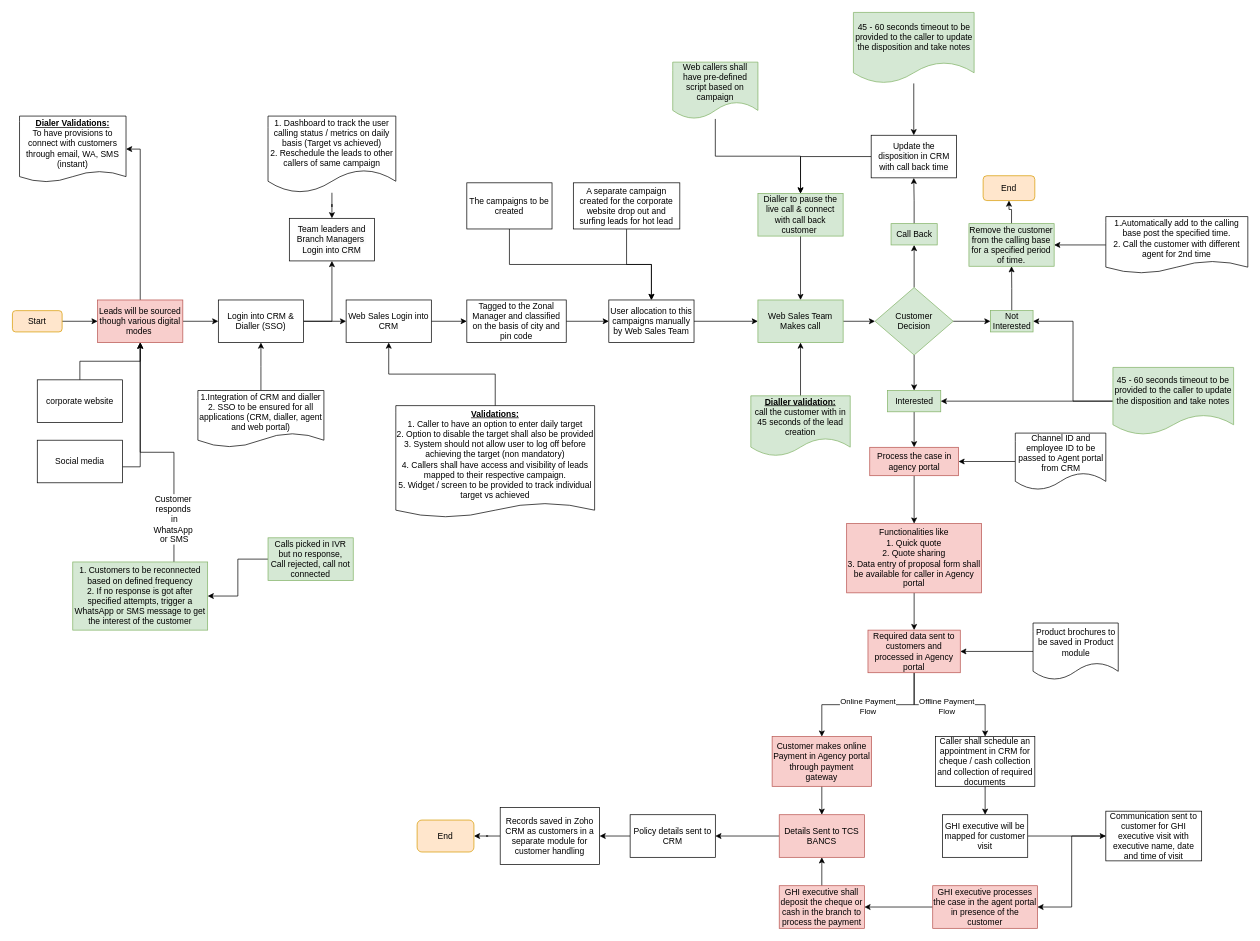
The draw.io diagram WebSales.drawio in shaileshsreedar/Galaxy, before the edit. Source tidied: cells renumbered, new cells numbered last; positions are measured from the earlier drawing's top-left corner, leaving out a move shared by most shapes. Both pictures are drawn from the tidied source at 71%, with x=0, y=0 at pixel (12, 12).
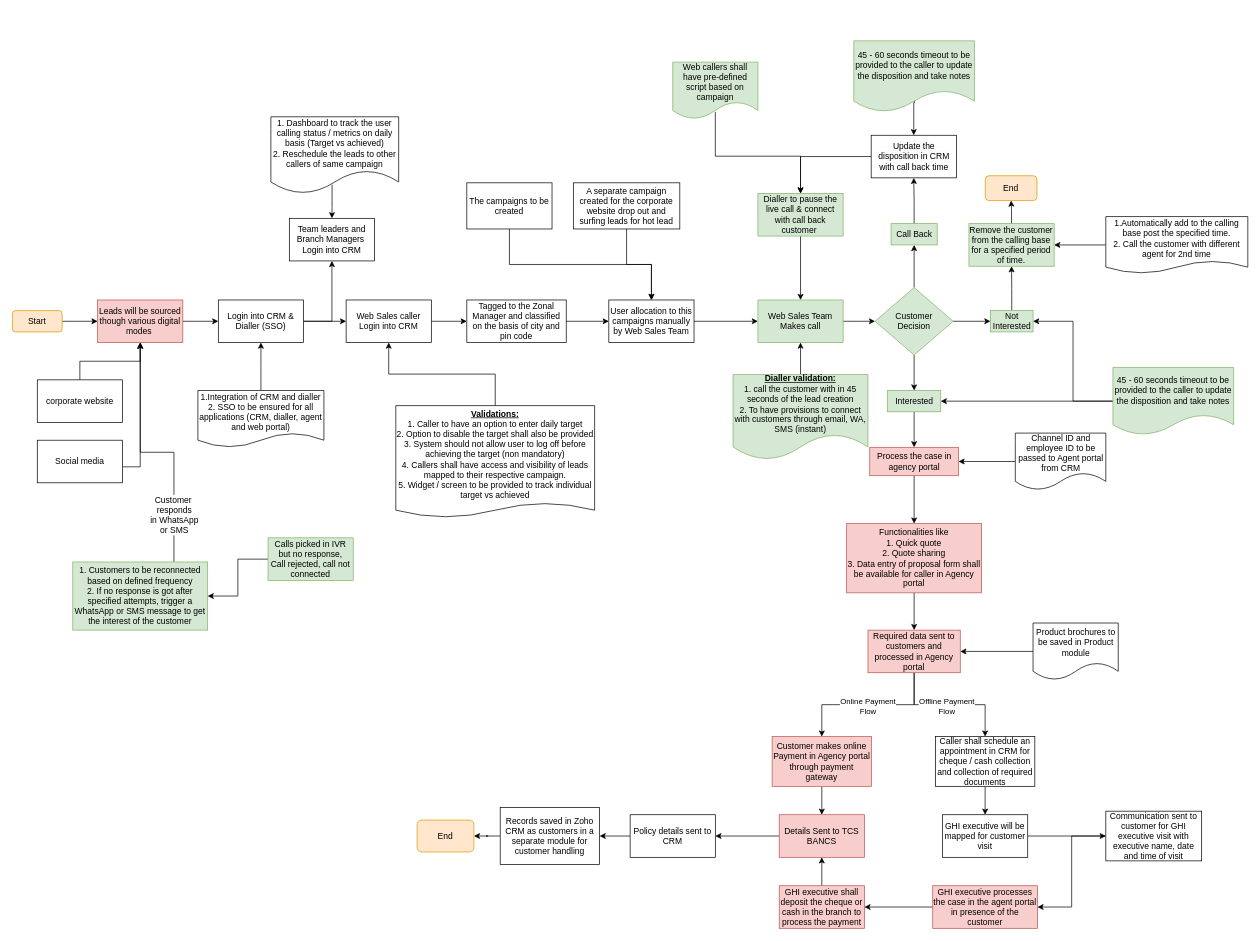
The same page after the edit.

The change refers to these unchanged cells:
```xml
<mxCell id="4" value="Leads will be sourced though various digital modes&amp;nbsp;" style="rounded=0;whiteSpace=wrap;html=1;fillColor=#f8cecc;strokeColor=#b85450;" parent="1" vertex="1">
  <mxGeometry x="120" y="405" width="120" height="60" as="geometry" />
</mxCell>
<mxCell id="75" value="&lt;span style=&quot;color: rgb(0, 0, 0); font-family: Helvetica; font-size: 12px; font-style: normal; font-variant-ligatures: normal; font-variant-caps: normal; font-weight: 400; letter-spacing: normal; orphans: 2; text-align: center; text-indent: 0px; text-transform: none; widows: 2; word-spacing: 0px; -webkit-text-stroke-width: 0px; white-space: normal; background-color: rgb(251, 251, 251); text-decoration-thickness: initial; text-decoration-style: initial; text-decoration-color: initial; display: inline !important; float: none;&quot;&gt;Update the disposition in CRM with call back time&lt;/span&gt;" style="rounded=0;whiteSpace=wrap;html=1;" parent="1" vertex="1">
  <mxGeometry x="1209.5" y="173" width="120" height="60" as="geometry" />
</mxCell>
<mxCell id="79" value="Dialler to pause the live call &amp;amp; connect with call back customer&amp;nbsp;" style="rounded=0;whiteSpace=wrap;html=1;fillColor=#d5e8d4;strokeColor=#82b366;" parent="1" vertex="1">
  <mxGeometry x="1050" y="255" width="120" height="60" as="geometry" />
</mxCell>
<mxCell id="84" value="&lt;span style=&quot;color: rgb(0, 0, 0); font-family: Helvetica; font-size: 12px; font-style: normal; font-variant-ligatures: normal; font-variant-caps: normal; font-weight: 400; letter-spacing: normal; orphans: 2; text-align: center; text-indent: 0px; text-transform: none; widows: 2; word-spacing: 0px; -webkit-text-stroke-width: 0px; white-space: normal; background-color: rgb(251, 251, 251); text-decoration-thickness: initial; text-decoration-style: initial; text-decoration-color: initial; display: inline !important; float: none;&quot;&gt;Team leaders and Branch Managers&amp;nbsp; Login into CRM&lt;/span&gt;" style="rounded=0;whiteSpace=wrap;html=1;" parent="1" vertex="1">
  <mxGeometry x="390" y="290" width="120" height="60" as="geometry" />
</mxCell>
<mxCell id="92" value="Web callers shall have pre-defined script based on campaign" style="shape=document;whiteSpace=wrap;html=1;boundedLbl=1;fillColor=#d5e8d4;strokeColor=#82b366;" parent="1" vertex="1">
  <mxGeometry x="930" y="70" width="120" height="80" as="geometry" />
</mxCell>
<mxCell id="95" style="edgeStyle=orthogonalEdgeStyle;rounded=0;jettySize=auto;html=1;exitX=0.75;exitY=0;exitDx=0;exitDy=0;entryX=0.5;entryY=1;entryDx=0;entryDy=0;" parent="1" edge="1" source="97" target="4">
  <mxGeometry relative="1" as="geometry" />
</mxCell>
```

What changed in the source:
```diff
@@
-    <mxCell id="3" style="edgeStyle=orthogonalEdgeStyle;rounded=0;jettySize=auto;html=1;exitX=0.5;exitY=0;exitDx=0;exitDy=0;entryX=1;entryY=0.5;entryDx=0;entryDy=0;" parent="1" edge="1" source="4" target="90">
-      <mxGeometry relative="1" as="geometry" />
-    </mxCell>
@@
-    <mxCell id="34" value="&lt;u&gt;&lt;b&gt;Dialler validation:&lt;/b&gt;&lt;/u&gt;&lt;div&gt;call the customer with in 45 seconds of the lead creation&lt;/div&gt;" style="shape=document;whiteSpace=wrap;html=1;boundedLbl=1;fillColor=#d5e8d4;strokeColor=#82b366;" parent="1" vertex="1">
-      <mxGeometry x="1040" y="540" width="140" height="85" as="geometry" />
+    <mxCell id="34" value="&lt;u&gt;&lt;b&gt;Dialler validation:&lt;/b&gt;&lt;/u&gt;&lt;div&gt;1. call the customer with in 45 seconds of the lead creation&lt;/div&gt;&lt;div&gt;&lt;div&gt;2. To have provisions to connect with customers through email, WA, SMS (instant)&lt;/div&gt;&lt;/div&gt;" style="shape=document;whiteSpace=wrap;html=1;boundedLbl=1;fillColor=#d5e8d4;strokeColor=#82b366;" parent="1" vertex="1">
+      <mxGeometry x="1015" y="510" width="190" height="120" as="geometry" />
     </mxCell>
@@
     <mxCell id="72" value="End" style="rounded=1;whiteSpace=wrap;html=1;fillColor=#ffe6cc;strokeColor=#d79b00;" parent="1" vertex="1">
-      <mxGeometry x="1367.2" y="230" width="72.8" height="35" as="geometry" />
+      <mxGeometry x="1370.2" y="230" width="72.8" height="35" as="geometry" />
     </mxCell>
@@
-    <mxCell id="76" style="edgeStyle=orthogonalEdgeStyle;rounded=0;jettySize=auto;html=1;" parent="1" edge="1" source="77" target="75">
-      <mxGeometry relative="1" as="geometry" />
+    <mxCell id="76" style="edgeStyle=orthogonalEdgeStyle;rounded=0;jettySize=auto;html=1;" parent="1" edge="1" target="75">
+      <mxGeometry relative="1" as="geometry">
+        <mxPoint x="1270" y="80" as="sourcePoint" />
+      </mxGeometry>
     </mxCell>
     <mxCell id="77" value="45 - 60 seconds timeout to be provided to the caller to update the disposition and take notes" style="shape=document;whiteSpace=wrap;html=1;boundedLbl=1;fillColor=#d5e8d4;strokeColor=#82b366;" parent="1" vertex="1">
-      <mxGeometry x="1184.5" width="170" height="100" as="geometry" />
+      <mxGeometry x="1185" y="40" width="170" height="100" as="geometry" />
     </mxCell>
@@
-    <mxCell id="86" value="Web Sales Login into CRM" style="rounded=0;whiteSpace=wrap;html=1;" parent="1" vertex="1">
+    <mxCell id="86" value="Web Sales caller Login into CRM" style="rounded=0;whiteSpace=wrap;html=1;" parent="1" vertex="1">
       <mxGeometry x="470" y="405" width="120" height="60" as="geometry" />
     </mxCell>
@@
-    <mxCell id="88" style="edgeStyle=orthogonalEdgeStyle;rounded=0;jettySize=auto;html=1;entryX=0.5;entryY=0;entryDx=0;entryDy=0;" parent="1" edge="1" source="89" target="84">
+    <mxCell id="88" style="edgeStyle=orthogonalEdgeStyle;rounded=0;jettySize=auto;html=1;entryX=0.5;entryY=0;entryDx=0;entryDy=0;exitX=0.479;exitY=0.885;exitDx=0;exitDy=0;exitPerimeter=0;" parent="1" edge="1" source="89" target="84">
       <mxGeometry relative="1" as="geometry" />
     </mxCell>
     <mxCell id="89" value="1. Dashboard to track the user calling status / metrics on daily basis (Target vs achieved)&lt;div&gt;2. Reschedule the leads to other callers of same campaign&lt;/div&gt;" style="shape=document;whiteSpace=wrap;html=1;boundedLbl=1;" parent="1" vertex="1">
-      <mxGeometry x="360" y="146" width="180" height="108" as="geometry" />
+      <mxGeometry x="364" y="147" width="180" height="108" as="geometry" />
     </mxCell>
-    <mxCell id="90" value="&lt;b&gt;&lt;u&gt;Dialer Validations:&lt;/u&gt;&lt;/b&gt;&lt;div&gt;To have provisions to connect with customers through email, WA, SMS (instant)&lt;/div&gt;" style="shape=document;whiteSpace=wrap;html=1;boundedLbl=1;size=0.16666666666666666;" parent="1" vertex="1">
-      <mxGeometry x="10" y="146" width="150" height="93" as="geometry" />
-    </mxCell>
-    <mxCell id="91" style="edgeStyle=orthogonalEdgeStyle;rounded=0;jettySize=auto;html=1;entryX=0.5;entryY=0;entryDx=0;entryDy=0;" parent="1" edge="1" source="92" target="79">
+    <mxCell id="91" style="edgeStyle=orthogonalEdgeStyle;rounded=0;jettySize=auto;html=1;entryX=0.5;entryY=0;entryDx=0;entryDy=0;exitX=0.5;exitY=0.875;exitDx=0;exitDy=0;exitPerimeter=0;" parent="1" edge="1" source="92" target="79">
       <mxGeometry relative="1" as="geometry" />
     </mxCell>
@@
-    <mxCell id="96" value="&lt;span style=&quot;font-size: 12px; text-wrap: wrap;&quot;&gt;Customer&amp;nbsp;&lt;/span&gt;&lt;div&gt;&lt;span style=&quot;font-size: 12px; text-wrap: wrap;&quot;&gt;responds&amp;nbsp;&lt;/span&gt;&lt;div&gt;&lt;span style=&quot;font-size: 12px; text-wrap: wrap;&quot;&gt;in WhatsApp&amp;nbsp;&lt;/span&gt;&lt;/div&gt;&lt;div&gt;&lt;span style=&quot;font-size: 12px; text-wrap: wrap;&quot;&gt;or SMS&lt;/span&gt;&lt;br&gt;&lt;/div&gt;&lt;/div&gt;" style="edgeLabel;html=1;align=center;verticalAlign=middle;" parent="95" vertex="1">
+    <mxCell id="96" value="&lt;span style=&quot;font-size: 12px; text-wrap: wrap;&quot;&gt;Customer&amp;nbsp;&lt;/span&gt;&lt;div&gt;&lt;span style=&quot;font-size: 12px; text-wrap: wrap;&quot;&gt;responds &amp;nbsp;in&amp;nbsp;&lt;/span&gt;&lt;span style=&quot;font-size: 12px; white-space: normal;&quot;&gt;WhatsApp&amp;nbsp;&lt;/span&gt;&lt;div&gt;&lt;span style=&quot;font-size: 12px; text-wrap: wrap;&quot;&gt;or SMS&lt;/span&gt;&lt;br&gt;&lt;/div&gt;&lt;/div&gt;" style="edgeLabel;html=1;align=center;verticalAlign=middle;" parent="95" vertex="1">
       <mxGeometry x="-0.66" y="1" relative="1" as="geometry">
-        <mxPoint x="1" as="offset" />
+        <mxPoint x="1" y="-6" as="offset" />
       </mxGeometry>
     </mxCell>
```
